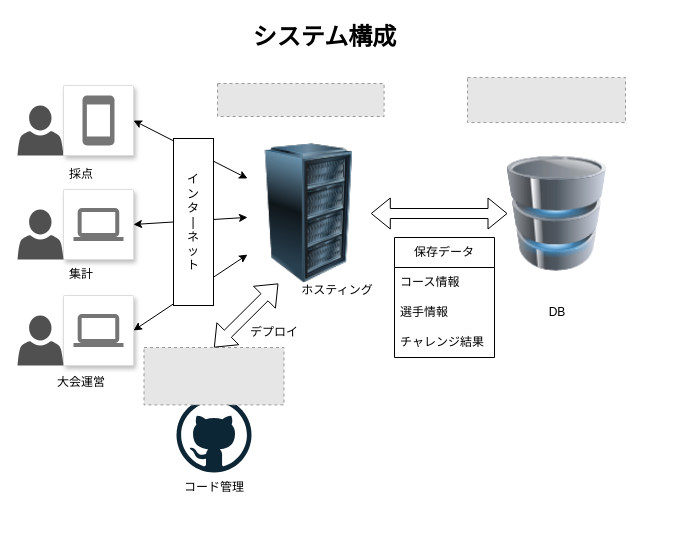
Above: docs/static/drawioData/systemStructure.drawio in kazutan1230/robopo (draw.io), before the change. Source tidied: cells renumbered, new cells numbered last; positions are measured from the earlier drawing's top-left corner, leaving out a move shared by most shapes. Both pictures are drawn from the tidied source at 100%, with x=0, y=0 at pixel (17, 17). Pictures stored in the file or linked from it are replaced by grey dashed boxes.
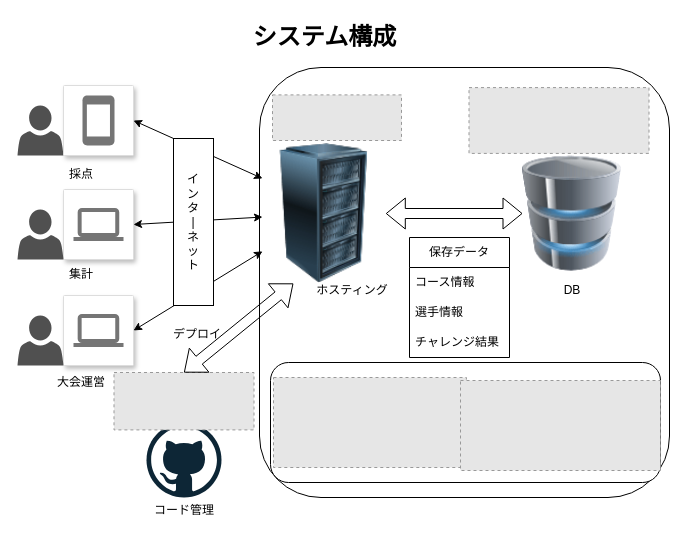
The same page after the edit.

The edit, as a diff of the source:
```diff
@@
+    <mxCell id="35" style="rounded=1;whiteSpace=wrap;html=1;" parent="1" vertex="1">
+      <mxGeometry x="242" y="50" width="410" height="430" as="geometry" />
+    </mxCell>
@@
     <mxCell id="3" style="image;html=1;image=img/lib/clip_art/computers/Database_128x128.png;" parent="1" vertex="1">
-      <mxGeometry x="490" y="126" width="99" height="140" as="geometry" />
+      <mxGeometry x="505" y="126" width="99" height="140" as="geometry" />
     </mxCell>
     <mxCell id="4" style="image;html=1;image=img/lib/clip_art/computers/Server_Rack_128x128.png;" parent="1" vertex="1">
-      <mxGeometry x="230" y="126" width="123.3" height="140" as="geometry" />
+      <mxGeometry x="245" y="126" width="123.3" height="140" as="geometry" />
     </mxCell>
-    <mxCell id="5" style="fillColor=#E6E6E6;strokeColor=#999999;dashed=1;verticalLabelPosition=bottom;verticalAlign=top;" parent="1" vertex="1">
-      <mxGeometry x="200" y="66" width="166.6" height="33" as="geometry" />
-    </mxCell>
-    <mxCell id="6" style="fillColor=#E6E6E6;strokeColor=#999999;dashed=1;verticalLabelPosition=bottom;verticalAlign=top;" parent="1" vertex="1">
-      <mxGeometry x="450" y="60" width="158" height="45" as="geometry" />
-    </mxCell>
@@
     <mxCell id="16" value="ホスティング" style="text;html=1;align=center;verticalAlign=middle;whiteSpace=wrap;rounded=0;" parent="1" vertex="1">
-      <mxGeometry x="263.3" y="258" width="113.7" height="30" as="geometry" />
+      <mxGeometry x="278.3" y="258" width="113.7" height="30" as="geometry" />
     </mxCell>
     <mxCell id="17" value="DB" style="text;html=1;align=center;verticalAlign=middle;whiteSpace=wrap;rounded=0;" parent="1" vertex="1">
-      <mxGeometry x="482.6" y="280" width="113.7" height="30" as="geometry" />
+      <mxGeometry x="497.6" y="258" width="113.7" height="30" as="geometry" />
     </mxCell>
     <mxCell id="18" value="保存データ" style="swimlane;fontStyle=0;horizontal=1;startSize=30;whiteSpace=wrap;html=1;" parent="1" vertex="1">
-      <mxGeometry x="377" y="220" width="100" height="120" as="geometry" />
+      <mxGeometry x="392" y="220" width="100" height="120" as="geometry" />
     </mxCell>
@@
     <mxCell id="30" style="dashed=0;html=1;align=center;labelPosition=center;verticalLabelPosition=bottom;verticalAlign=top;shape=mxgraph.weblogos.github;" parent="1" vertex="1">
-      <mxGeometry x="159" y="380" width="75" height="75" as="geometry" />
+      <mxGeometry x="129" y="405" width="75" height="75" as="geometry" />
     </mxCell>
     <mxCell id="31" style="fillColor=#E6E6E6;strokeColor=#999999;dashed=1;verticalLabelPosition=bottom;verticalAlign=top;" parent="1" vertex="1">
-      <mxGeometry x="126.5" y="330" width="140" height="57.4" as="geometry" />
+      <mxGeometry x="96.5" y="355" width="140" height="57.4" as="geometry" />
     </mxCell>
     <mxCell id="32" value="コード管理" style="text;html=1;align=center;verticalAlign=middle;whiteSpace=wrap;rounded=0;" parent="1" vertex="1">
-      <mxGeometry x="139.6" y="455" width="113.7" height="30" as="geometry" />
+      <mxGeometry x="109.6" y="478" width="113.7" height="30" as="geometry" />
     </mxCell>
@@
     <mxCell id="34" value="デプロイ" style="text;html=1;align=center;verticalAlign=middle;whiteSpace=wrap;rounded=0;" parent="1" vertex="1">
-      <mxGeometry x="200" y="300" width="113.7" height="30" as="geometry" />
+      <mxGeometry x="123" y="302" width="113.7" height="30" as="geometry" />
     </mxCell>
+    <mxCell id="36" style="fillColor=#E6E6E6;strokeColor=#999999;dashed=1;verticalLabelPosition=bottom;verticalAlign=top;" parent="1" vertex="1">
+      <mxGeometry x="255" y="77.4" width="129" height="45.6" as="geometry" />
+    </mxCell>
+    <mxCell id="37" style="fillColor=#E6E6E6;strokeColor=#999999;dashed=1;verticalLabelPosition=bottom;verticalAlign=top;" parent="1" vertex="1">
+      <mxGeometry x="451.5" y="70.1" width="180" height="65.8" as="geometry" />
+    </mxCell>
+    <mxCell id="38" style="rounded=1;whiteSpace=wrap;html=1;" parent="1" vertex="1">
+      <mxGeometry x="253" y="345" width="390" height="120" as="geometry" />
+    </mxCell>
+    <mxCell id="39" style="fillColor=#E6E6E6;strokeColor=#999999;dashed=1;verticalLabelPosition=bottom;labelBackgroundColor=default;verticalAlign=top;" parent="1" vertex="1">
+      <mxGeometry x="256" y="360" width="192.9" height="90" as="geometry" />
+    </mxCell>
+    <mxCell id="40" style="fillColor=#E6E6E6;strokeColor=#999999;dashed=1;verticalLabelPosition=bottom;verticalAlign=top;" parent="1" vertex="1">
+      <mxGeometry x="443" y="363" width="200" height="90" as="geometry" />
+    </mxCell>
```
